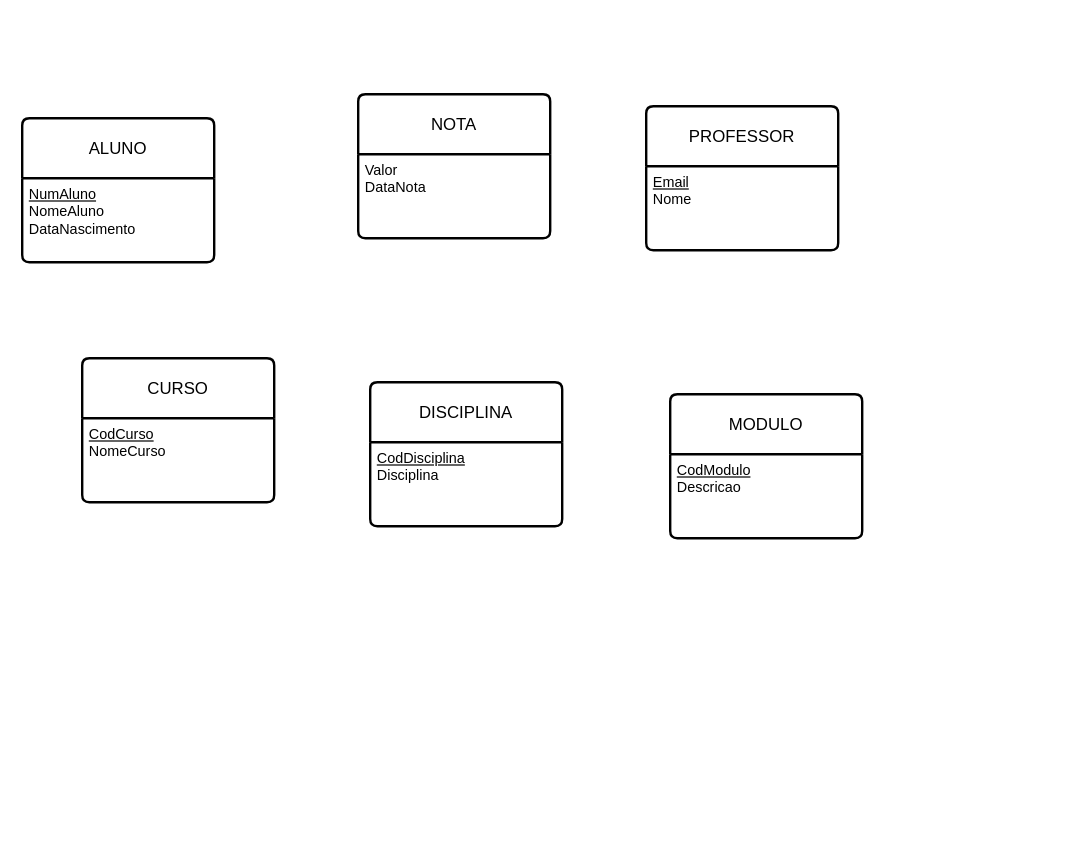
This is DiagramaNotas.drawio from Afas09/Analise-de-Sistemas, a draw.io file, before an edit. Source tidied: cells renumbered, new cells numbered last; positions are measured from the earlier drawing's top-left corner, leaving out a move shared by most shapes. Both pictures are drawn from the tidied source at 120%, with x=0, y=0 at pixel (22, 94).
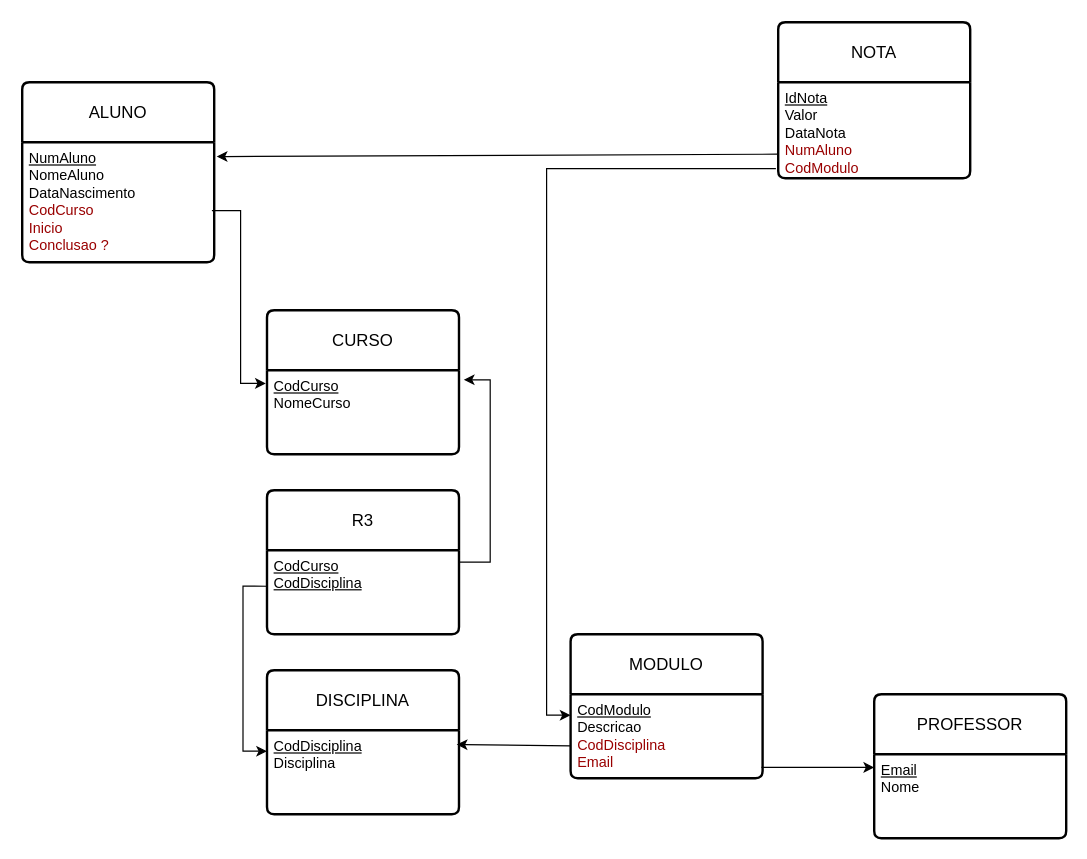
After the change.

Unchanged cells that the change refers to:
```xml
<mxCell id="7" value="&lt;u&gt;Email&lt;/u&gt;&lt;div&gt;Nome&lt;/div&gt;" style="align=left;strokeColor=none;fillColor=none;spacingLeft=4;spacingRight=4;fontSize=12;verticalAlign=top;html=1;whiteSpace=wrap;" parent="6" vertex="1">
  <mxGeometry y="50" width="160" height="70" as="geometry" />
</mxCell>
<mxCell id="9" value="&lt;u&gt;CodCurso&lt;/u&gt;&lt;div&gt;NomeCurso&lt;/div&gt;" style="align=left;strokeColor=none;fillColor=none;spacingLeft=4;spacingRight=4;fontSize=12;verticalAlign=top;html=1;whiteSpace=wrap;" parent="8" vertex="1">
  <mxGeometry y="50" width="160" height="70" as="geometry" />
</mxCell>
<mxCell id="11" value="&lt;u&gt;CodDisciplina&lt;/u&gt;&lt;div&gt;Disciplina&lt;/div&gt;" style="align=left;strokeColor=none;fillColor=none;spacingLeft=4;spacingRight=4;fontSize=12;verticalAlign=top;html=1;whiteSpace=wrap;" parent="10" vertex="1">
  <mxGeometry y="50" width="160" height="70" as="geometry" />
</mxCell>
```

The edit, as a diff of the source:
```diff
@@
     <mxCell id="2" value="ALUNO" style="swimlane;horizontal=1;startSize=50;rounded=1;fontSize=14;fontStyle=0;strokeWidth=2;shadow=0;dashed=0;align=center;arcSize=4;whiteSpace=wrap;html=1;" parent="1" vertex="1">
-      <mxGeometry y="20" width="160" height="120" as="geometry" />
+      <mxGeometry y="-10" width="160" height="150" as="geometry" />
     </mxCell>
-    <mxCell id="3" value="&lt;u&gt;NumAluno&lt;/u&gt;&lt;div&gt;NomeAluno&lt;/div&gt;&lt;div&gt;DataNascimento&lt;/div&gt;" style="align=left;strokeColor=none;fillColor=none;spacingLeft=4;spacingRight=4;fontSize=12;verticalAlign=top;html=1;whiteSpace=wrap;" parent="2" vertex="1">
-      <mxGeometry y="50" width="160" height="70" as="geometry" />
+    <mxCell id="3" value="&lt;u&gt;NumAluno&lt;/u&gt;&lt;div&gt;NomeAluno&lt;/div&gt;&lt;div&gt;DataNascimento&lt;/div&gt;&lt;div&gt;&lt;font style=&quot;color: rgb(153, 0, 0);&quot;&gt;CodCurso&lt;/font&gt;&lt;/div&gt;&lt;div&gt;&lt;font style=&quot;color: rgb(153, 0, 0);&quot;&gt;Inicio&lt;/font&gt;&lt;/div&gt;&lt;div&gt;&lt;font style=&quot;color: rgb(153, 0, 0);&quot;&gt;Conclusao &lt;/font&gt;&lt;font style=&quot;color: rgb(153, 0, 0);&quot;&gt;?&lt;/font&gt;&lt;/div&gt;" style="align=left;strokeColor=none;fillColor=none;spacingLeft=4;spacingRight=4;fontSize=12;verticalAlign=top;html=1;whiteSpace=wrap;" parent="2" vertex="1">
+      <mxGeometry y="50" width="160" height="100" as="geometry" />
     </mxCell>
     <mxCell id="4" value="NOTA" style="swimlane;horizontal=1;startSize=50;rounded=1;fontSize=14;fontStyle=0;strokeWidth=2;shadow=0;dashed=0;align=center;arcSize=4;whiteSpace=wrap;html=1;" parent="1" vertex="1">
-      <mxGeometry x="280" width="160" height="120" as="geometry" />
+      <mxGeometry x="630" y="-60" width="160" height="130" as="geometry" />
     </mxCell>
-    <mxCell id="5" value="Valor&lt;div&gt;DataNota&lt;/div&gt;" style="align=left;strokeColor=none;fillColor=none;spacingLeft=4;spacingRight=4;fontSize=12;verticalAlign=top;html=1;whiteSpace=wrap;" parent="4" vertex="1">
-      <mxGeometry y="50" width="160" height="70" as="geometry" />
+    <mxCell id="5" value="&lt;div&gt;&lt;u&gt;IdNota&lt;/u&gt;&lt;/div&gt;Valor&lt;div&gt;DataNota&lt;/div&gt;&lt;div&gt;&lt;font style=&quot;color: rgb(153, 0, 0);&quot;&gt;NumAluno&lt;/font&gt;&lt;/div&gt;&lt;div&gt;&lt;font color=&quot;#990000&quot;&gt;CodModulo&lt;/font&gt;&lt;/div&gt;" style="align=left;strokeColor=none;fillColor=none;spacingLeft=4;spacingRight=4;fontSize=12;verticalAlign=top;html=1;whiteSpace=wrap;" parent="4" vertex="1">
+      <mxGeometry y="50" width="160" height="80" as="geometry" />
     </mxCell>
     <mxCell id="6" value="PROFESSOR" style="swimlane;horizontal=1;startSize=50;rounded=1;fontSize=14;fontStyle=0;strokeWidth=2;shadow=0;dashed=0;align=center;arcSize=4;whiteSpace=wrap;html=1;" parent="1" vertex="1">
-      <mxGeometry x="520" y="10" width="160" height="120" as="geometry" />
+      <mxGeometry x="710" y="500" width="160" height="120" as="geometry" />
     </mxCell>
@@
     <mxCell id="8" value="CURSO" style="swimlane;horizontal=1;startSize=50;rounded=1;fontSize=14;fontStyle=0;strokeWidth=2;shadow=0;dashed=0;align=center;arcSize=4;whiteSpace=wrap;html=1;" parent="1" vertex="1">
-      <mxGeometry x="50" y="220" width="160" height="120" as="geometry" />
+      <mxGeometry x="204" y="180" width="160" height="120" as="geometry" />
     </mxCell>
@@
     <mxCell id="10" value="DISCIPLINA" style="swimlane;horizontal=1;startSize=50;rounded=1;fontSize=14;fontStyle=0;strokeWidth=2;shadow=0;dashed=0;align=center;arcSize=4;whiteSpace=wrap;html=1;" parent="1" vertex="1">
-      <mxGeometry x="290" y="240" width="160" height="120" as="geometry" />
+      <mxGeometry x="204" y="480" width="160" height="120" as="geometry" />
     </mxCell>
@@
     <mxCell id="12" value="MODULO" style="swimlane;horizontal=1;startSize=50;rounded=1;fontSize=14;fontStyle=0;strokeWidth=2;shadow=0;dashed=0;align=center;arcSize=4;whiteSpace=wrap;html=1;" parent="1" vertex="1">
-      <mxGeometry x="540" y="250" width="160" height="120" as="geometry" />
+      <mxGeometry x="457" y="450" width="160" height="120" as="geometry" />
     </mxCell>
-    <mxCell id="13" value="&lt;u&gt;CodModulo&lt;/u&gt;&lt;div&gt;Descricao&lt;/div&gt;" style="align=left;strokeColor=none;fillColor=none;spacingLeft=4;spacingRight=4;fontSize=12;verticalAlign=top;html=1;whiteSpace=wrap;" parent="12" vertex="1">
+    <mxCell id="13" value="&lt;u&gt;CodModulo&lt;/u&gt;&lt;div&gt;Descricao&lt;/div&gt;&lt;div&gt;&lt;font style=&quot;color: rgb(153, 0, 0);&quot;&gt;CodDisciplina&lt;/font&gt;&lt;/div&gt;&lt;div&gt;&lt;font color=&quot;#990000&quot;&gt;Email&lt;/font&gt;&lt;/div&gt;" style="align=left;strokeColor=none;fillColor=none;spacingLeft=4;spacingRight=4;fontSize=12;verticalAlign=top;html=1;whiteSpace=wrap;" parent="12" vertex="1">
       <mxGeometry y="50" width="160" height="70" as="geometry" />
     </mxCell>
+    <mxCell id="14" style="endArrow=classic;html=1;rounded=0;exitX=0.994;exitY=0.871;exitDx=0;exitDy=0;exitPerimeter=0;entryX=0;entryY=0.157;entryDx=0;entryDy=0;entryPerimeter=0;edgeStyle=orthogonalEdgeStyle;" parent="1" edge="1" source="13" target="7">
+      <mxGeometry relative="1" as="geometry" />
+    </mxCell>
+    <mxCell id="15" value="R3" style="swimlane;horizontal=1;startSize=50;rounded=1;fontSize=14;fontStyle=0;strokeWidth=2;shadow=0;dashed=0;align=center;arcSize=4;whiteSpace=wrap;html=1;" parent="1" vertex="1">
+      <mxGeometry x="204" y="330" width="160" height="120" as="geometry" />
+    </mxCell>
+    <mxCell id="16" value="&lt;u&gt;CodCurso&lt;/u&gt;&lt;div&gt;&lt;u&gt;CodDisciplina&lt;/u&gt;&lt;/div&gt;" style="align=left;strokeColor=none;fillColor=none;spacingLeft=4;spacingRight=4;fontSize=12;verticalAlign=top;html=1;whiteSpace=wrap;" parent="15" vertex="1">
+      <mxGeometry y="50" width="160" height="70" as="geometry" />
+    </mxCell>
+    <mxCell id="17" style="edgeStyle=orthogonalEdgeStyle;rounded=0;jettySize=auto;html=1;entryX=-0.006;entryY=0.157;entryDx=0;entryDy=0;entryPerimeter=0;exitX=0.988;exitY=0.57;exitDx=0;exitDy=0;exitPerimeter=0;" parent="1" edge="1" source="3" target="9">
+      <mxGeometry relative="1" as="geometry" />
+    </mxCell>
+    <mxCell id="18" style="edgeStyle=orthogonalEdgeStyle;rounded=0;jettySize=auto;html=1;entryX=0;entryY=0.25;entryDx=0;entryDy=0;exitX=-0.012;exitY=0.9;exitDx=0;exitDy=0;exitPerimeter=0;" parent="1" edge="1" source="5" target="13">
+      <mxGeometry relative="1" as="geometry" />
+    </mxCell>
+    <mxCell id="19" style="edgeStyle=orthogonalEdgeStyle;rounded=0;jettySize=auto;html=1;entryX=1.025;entryY=0.114;entryDx=0;entryDy=0;entryPerimeter=0;exitX=1;exitY=0.25;exitDx=0;exitDy=0;" parent="1" edge="1" source="16" target="9">
+      <mxGeometry relative="1" as="geometry">
+        <Array as="points">
+          <mxPoint x="364" y="390" />
+          <mxPoint x="390" y="390" />
+          <mxPoint x="390" y="238" />
+        </Array>
+      </mxGeometry>
+    </mxCell>
+    <mxCell id="20" style="edgeStyle=orthogonalEdgeStyle;rounded=0;jettySize=auto;html=1;entryX=0;entryY=0.25;entryDx=0;entryDy=0;exitX=0;exitY=0.429;exitDx=0;exitDy=0;exitPerimeter=0;" parent="1" edge="1" source="16" target="11">
+      <mxGeometry relative="1" as="geometry" />
+    </mxCell>
+    <mxCell id="21" style="endArrow=classic;html=1;rounded=0;exitX=0;exitY=0.614;exitDx=0;exitDy=0;exitPerimeter=0;entryX=0.988;entryY=0.171;entryDx=0;entryDy=0;entryPerimeter=0;" parent="1" edge="1" source="13" target="11">
+      <mxGeometry relative="1" as="geometry" />
+    </mxCell>
+    <mxCell id="22" style="endArrow=classic;html=1;rounded=0;entryX=1.013;entryY=0.12;entryDx=0;entryDy=0;entryPerimeter=0;exitX=0;exitY=0.75;exitDx=0;exitDy=0;" parent="1" edge="1" source="5" target="3">
+      <mxGeometry relative="1" as="geometry" />
+    </mxCell>
```
